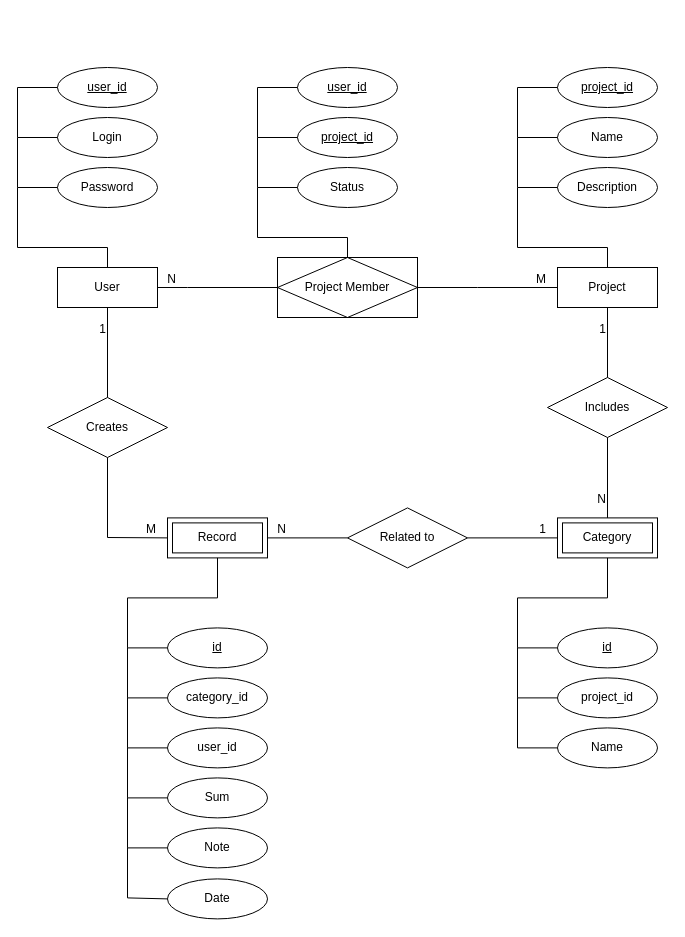
The draw.io diagram img/diagrams/er_diagram.drawio in anorien03/bmstu-iu7-ppo, before the edit. Source tidied: cells renumbered, new cells numbered last; positions are measured from the earlier drawing's top-left corner, leaving out a move shared by most shapes. Both pictures are drawn from the tidied source at 100%, with x=0, y=0 at pixel (17, 67).
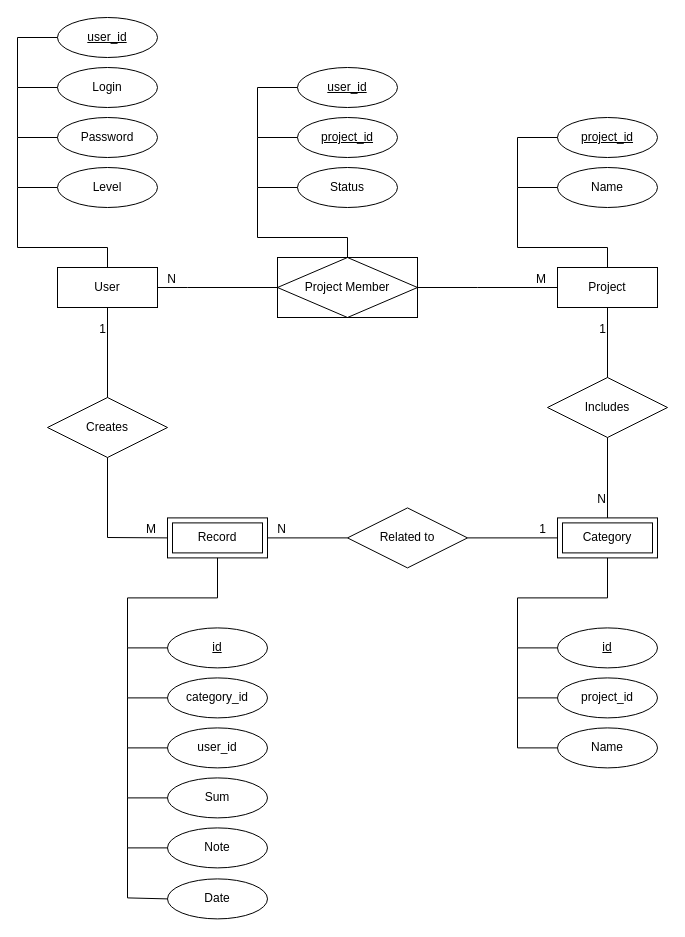
The same page after the edit.

Unchanged cells that the change refers to:
```xml
<mxCell id="2" value="User" style="whiteSpace=wrap;html=1;align=center;" parent="1" vertex="1">
  <mxGeometry x="40" y="200" width="100" height="40" as="geometry" />
</mxCell>
<mxCell id="6" value="Project" style="whiteSpace=wrap;html=1;align=center;" parent="1" vertex="1">
  <mxGeometry x="540" y="200" width="100" height="40" as="geometry" />
</mxCell>
```

What changed in the source:
```diff
@@
     <mxCell id="3" value="user_id" style="ellipse;whiteSpace=wrap;html=1;align=center;fontStyle=4;" parent="1" vertex="1">
-      <mxGeometry x="40" width="100" height="40" as="geometry" />
+      <mxGeometry x="40" y="-50" width="100" height="40" as="geometry" />
     </mxCell>
     <mxCell id="4" value="Login" style="ellipse;whiteSpace=wrap;html=1;align=center;" parent="1" vertex="1">
-      <mxGeometry x="40" y="50" width="100" height="40" as="geometry" />
+      <mxGeometry x="40" width="100" height="40" as="geometry" />
     </mxCell>
     <mxCell id="5" value="Password" style="ellipse;whiteSpace=wrap;html=1;align=center;" parent="1" vertex="1">
-      <mxGeometry x="40" y="100" width="100" height="40" as="geometry" />
+      <mxGeometry x="40" y="50" width="100" height="40" as="geometry" />
     </mxCell>
@@
     <mxCell id="7" value="project_id" style="ellipse;whiteSpace=wrap;html=1;align=center;fontStyle=4;" parent="1" vertex="1">
-      <mxGeometry x="540" width="100" height="40" as="geometry" />
+      <mxGeometry x="540" y="50" width="100" height="40" as="geometry" />
     </mxCell>
     <mxCell id="8" value="Name" style="ellipse;whiteSpace=wrap;html=1;align=center;" parent="1" vertex="1">
-      <mxGeometry x="540" y="50" width="100" height="40" as="geometry" />
+      <mxGeometry x="540" y="100" width="100" height="40" as="geometry" />
     </mxCell>
-    <mxCell id="9" value="Description" style="ellipse;whiteSpace=wrap;html=1;align=center;" parent="1" vertex="1">
-      <mxGeometry x="540" y="100" width="100" height="40" as="geometry" />
-    </mxCell>
@@
-    <mxCell id="21" style="endArrow=none;html=1;rounded=0;exitX=0.5;exitY=0;exitDx=0;exitDy=0;entryX=0;entryY=0.5;entryDx=0;entryDy=0;" parent="1" edge="1" source="2" target="5">
+    <mxCell id="21" style="endArrow=none;html=1;rounded=0;exitX=0.5;exitY=0;exitDx=0;exitDy=0;entryX=0;entryY=0.5;entryDx=0;entryDy=0;" parent="1" edge="1" source="2" target="64">
       <mxGeometry relative="1" as="geometry">
         <Array as="points">
           <mxPoint x="90" y="180" />
           <mxPoint y="180" />
           <mxPoint y="120" />
         </Array>
       </mxGeometry>
     </mxCell>
     <mxCell id="22" style="endArrow=none;html=1;rounded=0;entryX=0;entryY=0.5;entryDx=0;entryDy=0;" parent="1" edge="1" target="4">
       <mxGeometry relative="1" as="geometry">
-        <mxPoint y="120" as="sourcePoint" />
+        <mxPoint y="70" as="sourcePoint" />
         <Array as="points">
-          <mxPoint y="70" />
+          <mxPoint y="20" />
         </Array>
       </mxGeometry>
     </mxCell>
     <mxCell id="23" style="endArrow=none;html=1;rounded=0;entryX=0;entryY=0.5;entryDx=0;entryDy=0;" parent="1" edge="1" target="3">
       <mxGeometry relative="1" as="geometry">
-        <mxPoint y="70" as="sourcePoint" />
+        <mxPoint y="20" as="sourcePoint" />
         <Array as="points">
-          <mxPoint y="20" />
+          <mxPoint y="-30" />
         </Array>
       </mxGeometry>
     </mxCell>
-    <mxCell id="24" style="endArrow=none;html=1;rounded=0;exitX=0;exitY=0.5;exitDx=0;exitDy=0;entryX=0.5;entryY=0;entryDx=0;entryDy=0;" parent="1" edge="1" source="9" target="6">
+    <mxCell id="24" style="endArrow=none;html=1;rounded=0;exitX=0;exitY=0.5;exitDx=0;exitDy=0;entryX=0.5;entryY=0;entryDx=0;entryDy=0;" parent="1" edge="1" source="8" target="6">
       <mxGeometry relative="1" as="geometry">
         <Array as="points">
           <mxPoint x="500" y="120" />
           <mxPoint x="500" y="180" />
           <mxPoint x="590" y="180" />
         </Array>
       </mxGeometry>
     </mxCell>
-    <mxCell id="25" style="endArrow=none;html=1;rounded=0;entryX=0;entryY=0.5;entryDx=0;entryDy=0;" parent="1" edge="1" target="8">
+    <mxCell id="25" style="endArrow=none;html=1;rounded=0;entryX=0;entryY=0.5;entryDx=0;entryDy=0;" parent="1" edge="1" target="7">
       <mxGeometry relative="1" as="geometry">
         <mxPoint x="500" y="120" as="sourcePoint" />
         <Array as="points">
           <mxPoint x="500" y="70" />
         </Array>
       </mxGeometry>
     </mxCell>
-    <mxCell id="26" style="endArrow=none;html=1;rounded=0;entryX=0;entryY=0.5;entryDx=0;entryDy=0;" parent="1" edge="1" target="7">
-      <mxGeometry relative="1" as="geometry">
-        <mxPoint x="500" y="70" as="sourcePoint" />
-        <Array as="points">
-          <mxPoint x="500" y="20" />
-        </Array>
-      </mxGeometry>
-    </mxCell>
@@
+    <mxCell id="64" value="Level" style="ellipse;whiteSpace=wrap;html=1;align=center;" parent="1" vertex="1">
+      <mxGeometry x="40" y="100" width="100" height="40" as="geometry" />
+    </mxCell>
+    <mxCell id="65" style="endArrow=none;html=1;rounded=0;entryX=0;entryY=0.5;entryDx=0;entryDy=0;" parent="1" edge="1">
+      <mxGeometry relative="1" as="geometry">
+        <mxPoint y="120" as="sourcePoint" />
+        <mxPoint x="40" y="70" as="targetPoint" />
+        <Array as="points">
+          <mxPoint y="70" />
+        </Array>
+      </mxGeometry>
+    </mxCell>
```
